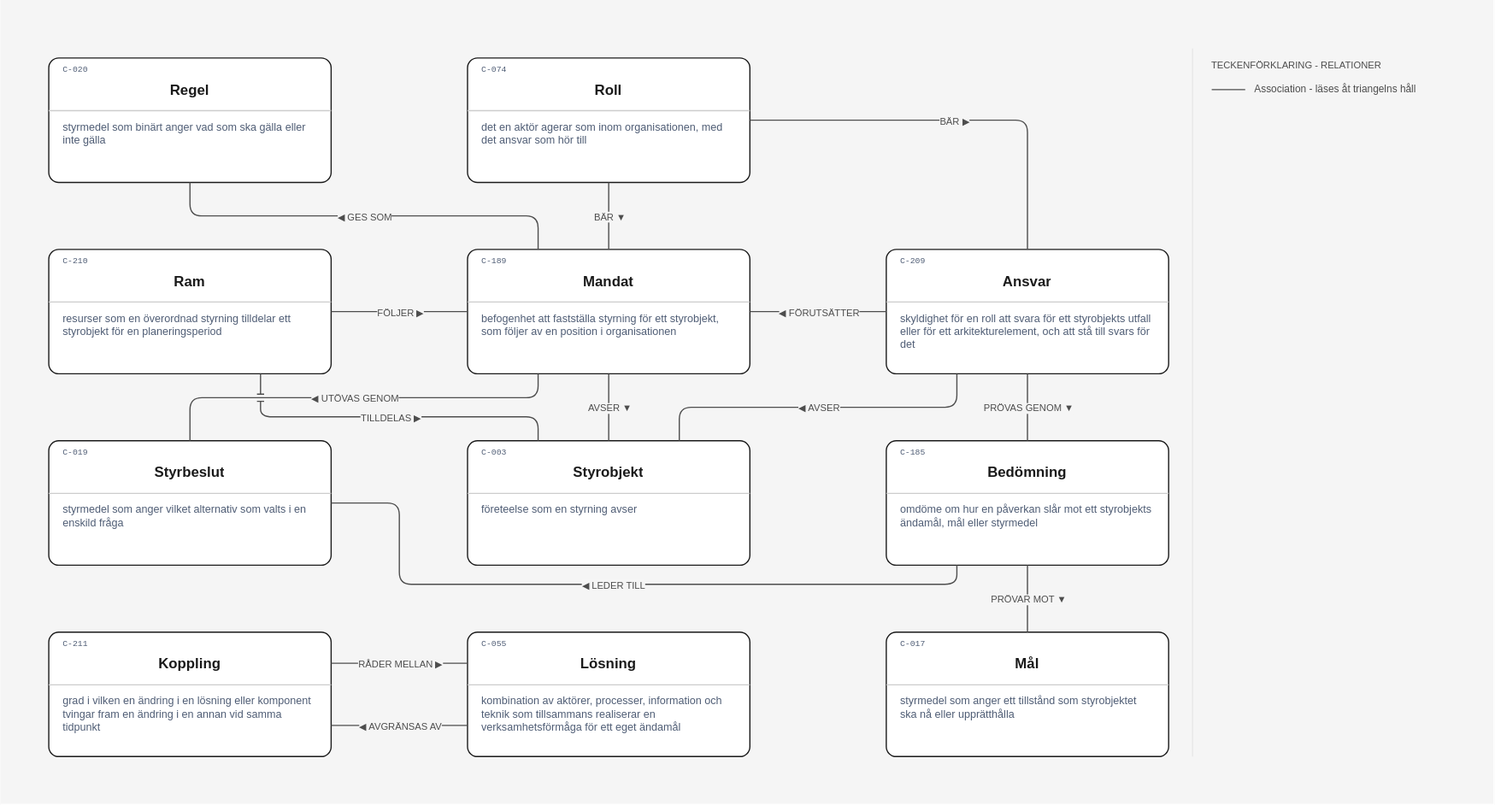
Before: layout/Mandat och ansvar begreppsmodell.drawio.svg, a diagram exported from draw.io (nickdin/gestaltadet-katalog). Source tidied: cells renumbered, new cells last; positions are measured from the earlier drawing's top-left corner, leaving out a move shared by most shapes.
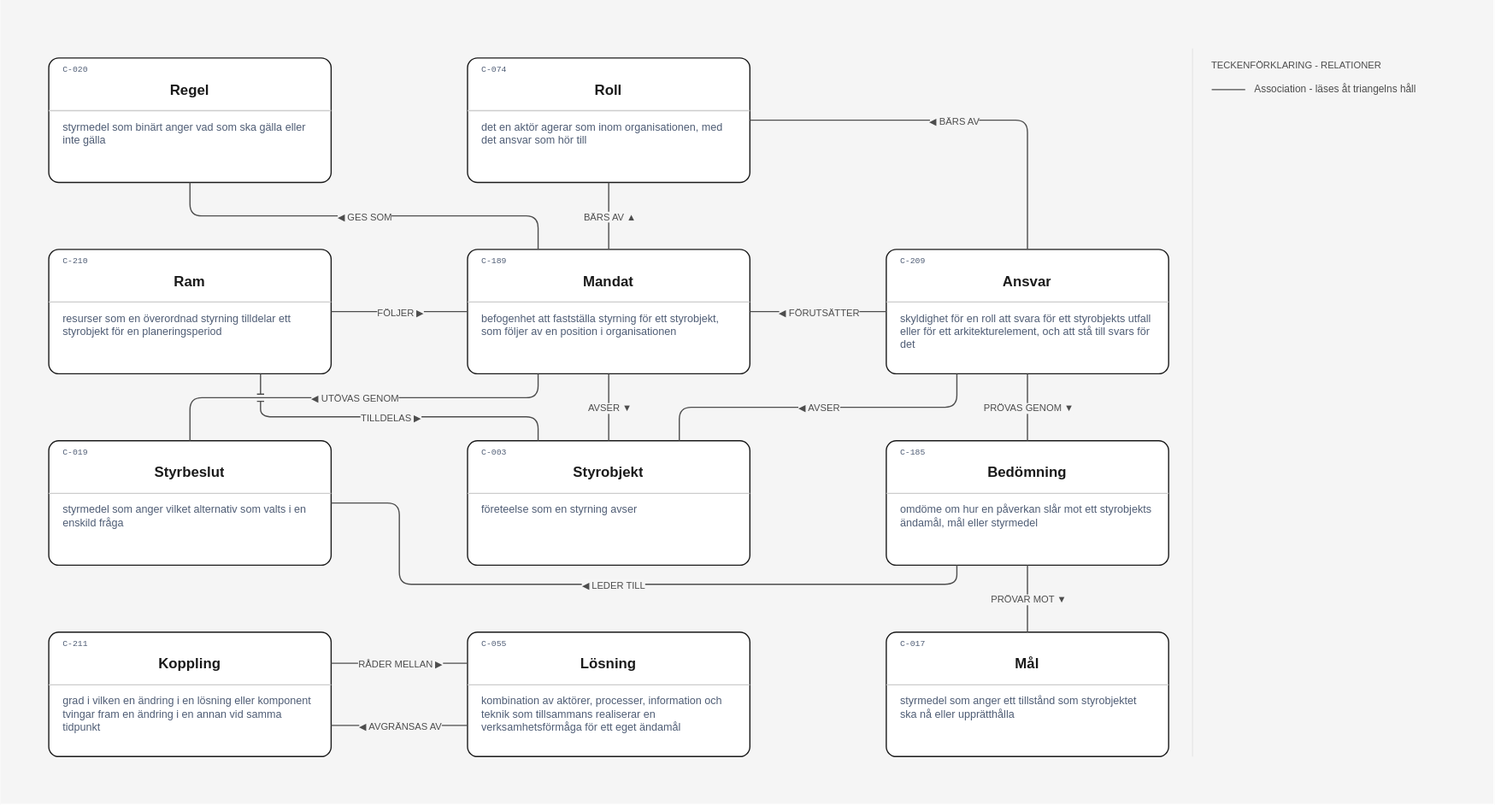
Later version of the same file.

Commit message:
Ritningen Mandat och ansvar begreppsmodell: två pilar ändrade, inga tillagda, inga borttagna, inga lämnade för värdering

Roll (C-074) → Mandat (C-189) "bär" och Roll (C-074) → Ansvar (C-209) "bär" vändes så att de läses som lagret skriver dem: Mandat (C-189) bärs av Roll (C-074) och Ansvar (C-209) bärs av Roll (C-074). Läge och dragning är desamma. De övriga tolv pilarna stämde med lagret. Definitionerna i rutorna är synkade från concepts/.

Ändrade 2, tillagda 0, borttagna 0, lämnade för värdering 0.

Stänger #78

Claude-Session: https://claude.ai/code/session_014hgawNBSmezrcKX8vMpay7

What changed in the source:
```diff
@@ -236,20 +236,20 @@
     <mxCell id="68" value="styrmedel som anger ett tillstånd som styrobjektet ska nå eller upprätthålla" style="text;html=1;strokeColor=none;fillColor=none;align=left;verticalAlign=top;whiteSpace=wrap;overflow=hidden;fontFamily=Helvetica;fontSize=9;fontColor=#4f5d75;spacing=0;spacingTop=0;" parent="63" vertex="1">
       <mxGeometry x="12" y="48" width="212" height="26" as="geometry" />
     </mxCell>
-    <mxCell id="69" style="edgeStyle=orthogonalEdgeStyle;rounded=1;html=1;strokeColor=#4d4d4d;strokeWidth=1;endArrow=none;endSize=8;jumpStyle=line;exitX=0.5;exitY=1;exitDx=0;exitDy=0;entryX=0.5;entryY=0;entryDx=0;entryDy=0;" parent="1" edge="1" source="10" target="22">
+    <mxCell id="69" style="edgeStyle=orthogonalEdgeStyle;rounded=1;html=1;strokeColor=#4d4d4d;strokeWidth=1;endArrow=none;endSize=8;jumpStyle=line;exitX=0.5;exitY=0;exitDx=0;exitDy=0;entryX=0.5;entryY=1;entryDx=0;entryDy=0;" parent="1" edge="1" source="22" target="10">
       <mxGeometry relative="1" as="geometry" />
     </mxCell>
-    <mxCell id="70" value="BÄR ▼" style="edgeLabel;html=1;align=center;verticalAlign=middle;fontFamily=Helvetica;fontSize=8;fontColor=#4d4d4d;fontStyle=0;labelBackgroundColor=#f5f5f5;" parent="69" vertex="1">
+    <mxCell id="70" value="BÄRS AV ▲" style="edgeLabel;html=1;align=center;verticalAlign=middle;fontFamily=Helvetica;fontSize=8;fontColor=#4d4d4d;fontStyle=0;labelBackgroundColor=#f5f5f5;" parent="69" vertex="1">
       <mxGeometry relative="1" as="geometry" />
     </mxCell>
-    <mxCell id="71" style="edgeStyle=orthogonalEdgeStyle;rounded=1;html=1;strokeColor=#4d4d4d;strokeWidth=1;endArrow=none;endSize=8;jumpStyle=line;exitX=1;exitY=0.5;exitDx=0;exitDy=0;entryX=0.5;entryY=0;entryDx=0;entryDy=0;" parent="1" edge="1" source="10" target="28">
+    <mxCell id="71" style="edgeStyle=orthogonalEdgeStyle;rounded=1;html=1;strokeColor=#4d4d4d;strokeWidth=1;endArrow=none;endSize=8;jumpStyle=line;exitX=0.5;exitY=0;exitDx=0;exitDy=0;entryX=1;entryY=0.5;entryDx=0;entryDy=0;" parent="1" edge="1" source="28" target="10">
       <mxGeometry relative="1" as="geometry">
         <Array as="points">
           <mxPoint x="858" y="100" />
         </Array>
       </mxGeometry>
     </mxCell>
-    <mxCell id="72" value="BÄR ▶" style="edgeLabel;html=1;align=center;verticalAlign=middle;fontFamily=Helvetica;fontSize=8;fontColor=#4d4d4d;fontStyle=0;labelBackgroundColor=#f5f5f5;" parent="71" vertex="1">
+    <mxCell id="72" value="◀ BÄRS AV" style="edgeLabel;html=1;align=center;verticalAlign=middle;fontFamily=Helvetica;fontSize=8;fontColor=#4d4d4d;fontStyle=0;labelBackgroundColor=#f5f5f5;" parent="71" vertex="1">
       <mxGeometry relative="1" as="geometry" />
     </mxCell>
     <mxCell id="73" style="edgeStyle=orthogonalEdgeStyle;rounded=1;html=1;strokeColor=#4d4d4d;strokeWidth=1;endArrow=none;endSize=8;jumpStyle=line;exitX=0.25;exitY=0;exitDx=0;exitDy=0;entryX=0.5;entryY=1;entryDx=0;entryDy=0;" parent="1" edge="1" source="22" target="4">
```
